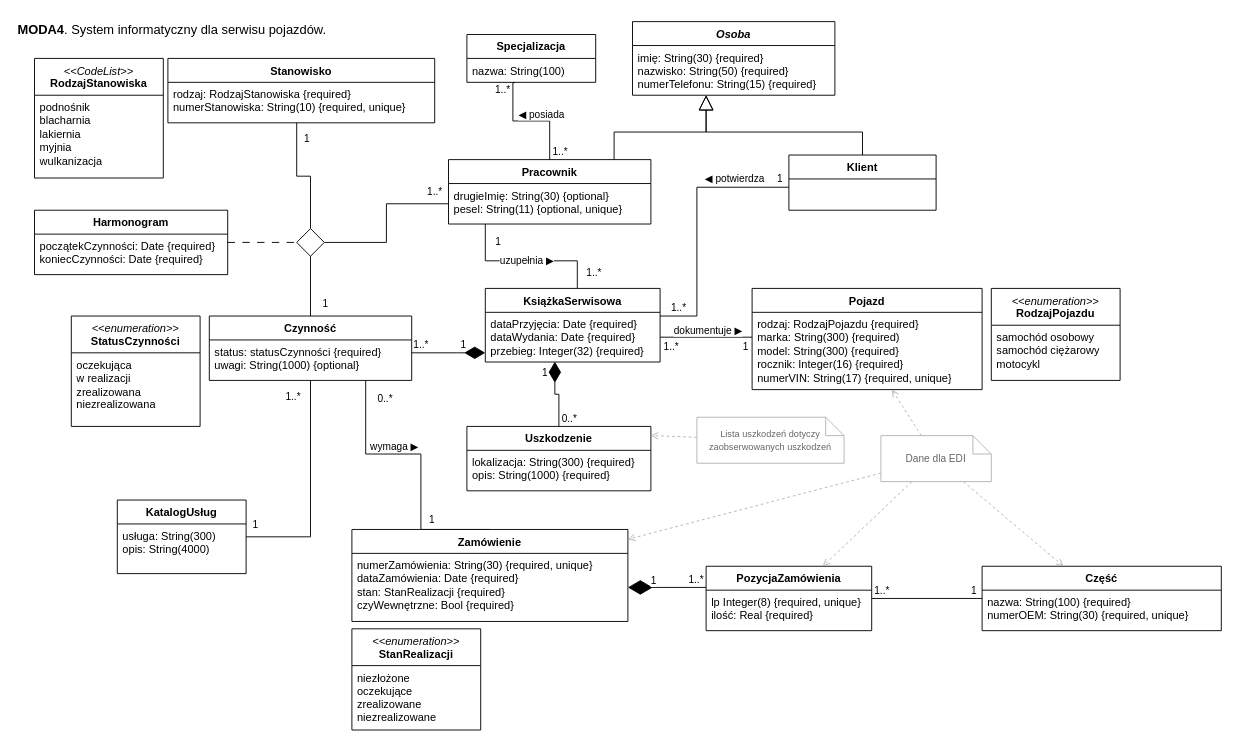
This is moda_logiczny/drawio/MODA_logiczny.drawio from SSwiatlak/IT_SYSTEM_FOR_CAR_WORKSHOPS, a draw.io file, before an edit. Source tidied: cells renumbered, new cells numbered last; positions are measured from the earlier drawing's top-left corner, leaving out a move shared by most shapes. Both pictures are drawn from the tidied source at 92%, with x=0, y=0 at pixel (16, 16).
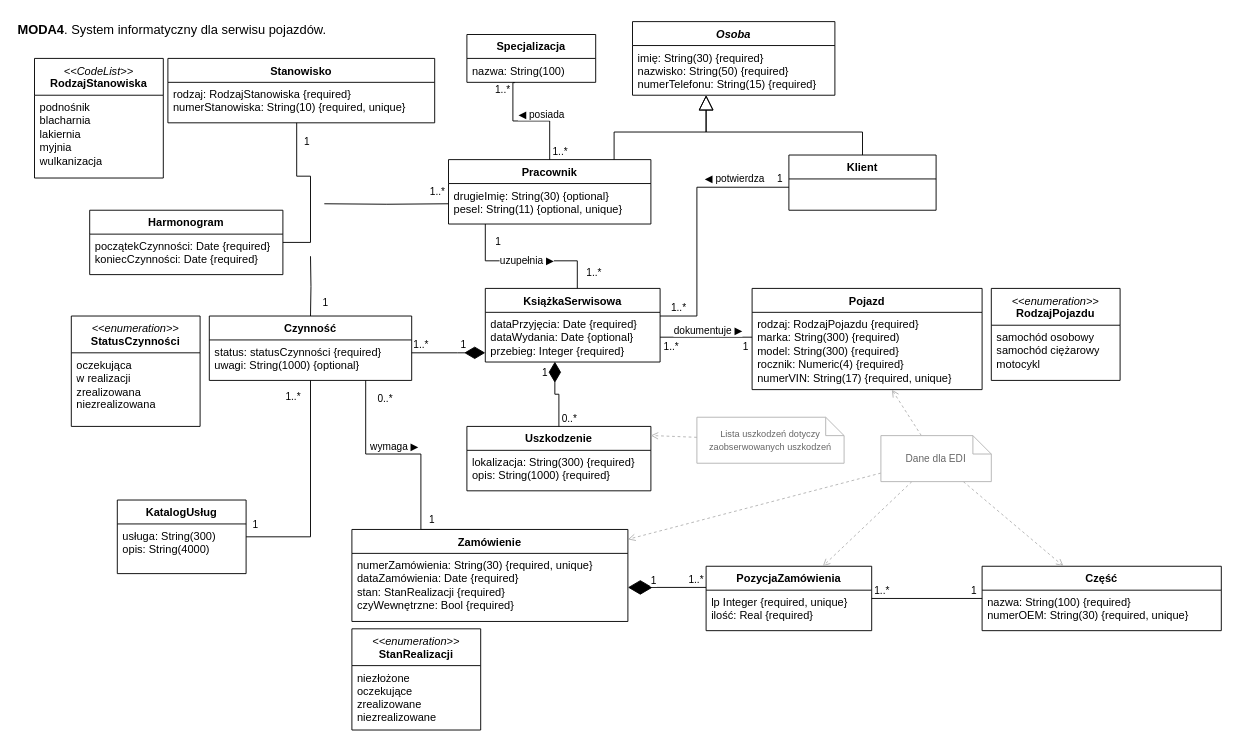
Above is the later version.

Commit message:
model logiczny poprawki

The change refers to these unchanged cells:
```xml
<mxCell id="21" value="&lt;span&gt;&lt;/span&gt;&lt;span style=&quot;white-space-collapse: preserve;&quot;&gt;drugieImię: String(30) {optional}&lt;br&gt;pesel: String(11) {optional, unique}&lt;br&gt;&lt;/span&gt;" style="text;strokeColor=none;fillColor=none;align=left;verticalAlign=top;spacingLeft=4;spacingRight=4;overflow=hidden;points=[[0,0.5],[1,0.5]];portConstraint=eastwest;whiteSpace=wrap;html=1;" parent="20" vertex="1">
  <mxGeometry y="26" width="220" height="44" as="geometry" />
</mxCell>
<mxCell id="31" value="PozycjaZamówienia" style="swimlane;fontStyle=1;align=center;verticalAlign=top;horizontal=1;startSize=26;whiteSpace=wrap;html=1;" parent="1" vertex="1">
  <mxGeometry x="750" y="598" width="180" height="70" as="geometry" />
</mxCell>
<mxCell id="36" value="KsiążkaSerwisowa" style="swimlane;fontStyle=1;align=center;verticalAlign=top;horizontal=1;startSize=26;whiteSpace=wrap;html=1;" parent="1" vertex="1">
  <mxGeometry x="510" y="296" width="190" height="80" as="geometry" />
</mxCell>
<mxCell id="41" value="Czynność" style="swimlane;fontStyle=1;align=center;verticalAlign=top;horizontal=1;startSize=26;whiteSpace=wrap;html=1;" parent="38" vertex="1">
  <mxGeometry x="100" width="220" height="70" as="geometry" />
</mxCell>
<mxCell id="46" value="Stanowisko" style="swimlane;fontStyle=1;align=center;verticalAlign=top;horizontal=1;startSize=26;whiteSpace=wrap;html=1;" parent="43" vertex="1">
  <mxGeometry x="55" width="290" height="70" as="geometry" />
</mxCell>
<mxCell id="49" value="Pojazd" style="swimlane;fontStyle=1;align=center;verticalAlign=top;horizontal=1;startSize=26;whiteSpace=wrap;html=1;" parent="48" vertex="1">
  <mxGeometry width="250" height="110" as="geometry" />
</mxCell>
```

Diff of the diagram source:
```diff
@@
-    <mxCell id="5" style="edgeStyle=orthogonalEdgeStyle;rounded=0;jettySize=auto;html=1;dashed=1;startSize=7;endArrow=none;endFill=0;dashPattern=8 8;" parent="1" edge="1" source="6" target="16">
-      <mxGeometry relative="1" as="geometry" />
-    </mxCell>
     <mxCell id="6" value="Harmonogram" style="swimlane;fontStyle=1;align=center;verticalAlign=top;horizontal=1;startSize=26;whiteSpace=wrap;html=1;" parent="1" vertex="1">
-      <mxGeometry x="20" y="211" width="210" height="70" as="geometry" />
+      <mxGeometry x="80" y="211" width="210" height="70" as="geometry" />
     </mxCell>
@@
-    <mxCell id="10" style="edgeStyle=orthogonalEdgeStyle;rounded=0;jettySize=auto;html=1;endArrow=none;endFill=0;" parent="1" edge="1" source="16" target="41">
-      <mxGeometry relative="1" as="geometry" />
+    <mxCell id="10" style="edgeStyle=orthogonalEdgeStyle;rounded=0;jettySize=auto;html=1;endArrow=none;endFill=0;" parent="1" edge="1" target="41">
+      <mxGeometry relative="1" as="geometry">
+        <mxPoint x="320" y="261" as="sourcePoint" />
+      </mxGeometry>
     </mxCell>
@@
-    <mxCell id="12" style="edgeStyle=orthogonalEdgeStyle;rounded=0;jettySize=auto;html=1;endArrow=none;endFill=0;exitX=0.5;exitY=0;exitDx=0;exitDy=0;" parent="1" edge="1" source="16" target="46">
+    <mxCell id="12" style="edgeStyle=orthogonalEdgeStyle;rounded=0;jettySize=auto;html=1;endArrow=none;endFill=0;" parent="1" edge="1" target="46">
       <mxGeometry relative="1" as="geometry">
+        <mxPoint x="290" y="246" as="sourcePoint" />
         <Array as="points">
+          <mxPoint x="320" y="246" />
           <mxPoint x="320" y="174" />
           <mxPoint x="305" y="174" />
         </Array>
       </mxGeometry>
     </mxCell>
@@
-    <mxCell id="14" style="edgeStyle=orthogonalEdgeStyle;rounded=0;jettySize=auto;html=1;endArrow=none;endFill=0;entryX=0;entryY=0.5;entryDx=0;entryDy=0;exitX=1;exitY=0.5;exitDx=0;exitDy=0;" parent="1" edge="1" source="16" target="21">
-      <mxGeometry relative="1" as="geometry" />
+    <mxCell id="14" style="edgeStyle=orthogonalEdgeStyle;rounded=0;jettySize=auto;html=1;endArrow=none;endFill=0;entryX=0;entryY=0.5;entryDx=0;entryDy=0;" parent="1" edge="1" target="21">
+      <mxGeometry relative="1" as="geometry">
+        <mxPoint x="335" y="204" as="sourcePoint" />
+      </mxGeometry>
     </mxCell>
@@
-    <mxCell id="16" style="rhombus;whiteSpace=wrap;html=1;" parent="1" vertex="1">
-      <mxGeometry x="305" y="231" width="30" height="30" as="geometry" />
-    </mxCell>
@@
-    <mxCell id="32" value="&lt;div&gt;lp Integer(8) {required, unique}&lt;/div&gt;&lt;span&gt;&lt;/span&gt;ilość: Real {required}&lt;div&gt;&lt;div&gt;&lt;br&gt;&lt;/div&gt;&lt;/div&gt;" style="text;strokeColor=none;fillColor=none;align=left;verticalAlign=top;spacingLeft=4;spacingRight=4;overflow=hidden;whiteSpace=wrap;html=1;" parent="31" vertex="1">
+    <mxCell id="32" value="&lt;div&gt;lp Integer {required, unique}&lt;/div&gt;&lt;span&gt;&lt;/span&gt;ilość: Real {required}&lt;div&gt;&lt;div&gt;&lt;br&gt;&lt;/div&gt;&lt;/div&gt;" style="text;strokeColor=none;fillColor=none;align=left;verticalAlign=top;spacingLeft=4;spacingRight=4;overflow=hidden;whiteSpace=wrap;html=1;" parent="31" vertex="1">
       <mxGeometry y="26" width="180" height="44" as="geometry" />
     </mxCell>
@@
-    <mxCell id="37" value="&lt;span&gt;&lt;/span&gt;dataPrzyjęcia: Date {required}&lt;div&gt;dataWydania: Date {required}&lt;/div&gt;&lt;div&gt;&lt;span style=&quot;background-color: initial;&quot;&gt;przebieg: Integer(32) {required}&lt;/span&gt;&lt;/div&gt;" style="text;strokeColor=none;fillColor=none;align=left;verticalAlign=top;spacingLeft=4;spacingRight=4;overflow=hidden;points=[[0,0.5],[1,0.5]];portConstraint=eastwest;whiteSpace=wrap;html=1;" parent="36" vertex="1">
+    <mxCell id="37" value="&lt;span&gt;&lt;/span&gt;dataPrzyjęcia: Date {required}&lt;div&gt;dataWydania: Date {optional}&lt;/div&gt;&lt;div&gt;&lt;span style=&quot;background-color: initial;&quot;&gt;przebieg: Integer {required}&lt;/span&gt;&lt;/div&gt;" style="text;strokeColor=none;fillColor=none;align=left;verticalAlign=top;spacingLeft=4;spacingRight=4;overflow=hidden;points=[[0,0.5],[1,0.5]];portConstraint=eastwest;whiteSpace=wrap;html=1;" parent="36" vertex="1">
       <mxGeometry y="26" width="190" height="54" as="geometry" />
     </mxCell>
@@
-    <mxCell id="50" value="&lt;span&gt;&lt;/span&gt;rodzaj: RodzajPojazdu {required}&lt;br&gt; marka: String(300) {required)&lt;div&gt;model: String(300) {required}&lt;div&gt;rocznik: Integer(16) {required}&lt;div&gt;numerVIN: String(17) {required, unique}&lt;/div&gt;&lt;/div&gt;&lt;/div&gt;" style="text;strokeColor=none;fillColor=none;align=left;verticalAlign=top;spacingLeft=4;spacingRight=4;overflow=hidden;points=[[0,0.5],[1,0.5]];portConstraint=eastwest;whiteSpace=wrap;html=1;" parent="49" vertex="1">
+    <mxCell id="50" value="&lt;span&gt;&lt;/span&gt;rodzaj: RodzajPojazdu {required}&lt;br&gt; marka: String(300) {required)&lt;div&gt;model: String(300) {required}&lt;div&gt;rocznik: Numeric(4) {required}&lt;div&gt;numerVIN: String(17) {required, unique}&lt;/div&gt;&lt;/div&gt;&lt;/div&gt;" style="text;strokeColor=none;fillColor=none;align=left;verticalAlign=top;spacingLeft=4;spacingRight=4;overflow=hidden;points=[[0,0.5],[1,0.5]];portConstraint=eastwest;whiteSpace=wrap;html=1;" parent="49" vertex="1">
       <mxGeometry y="26" width="250" height="84" as="geometry" />
     </mxCell>
```
